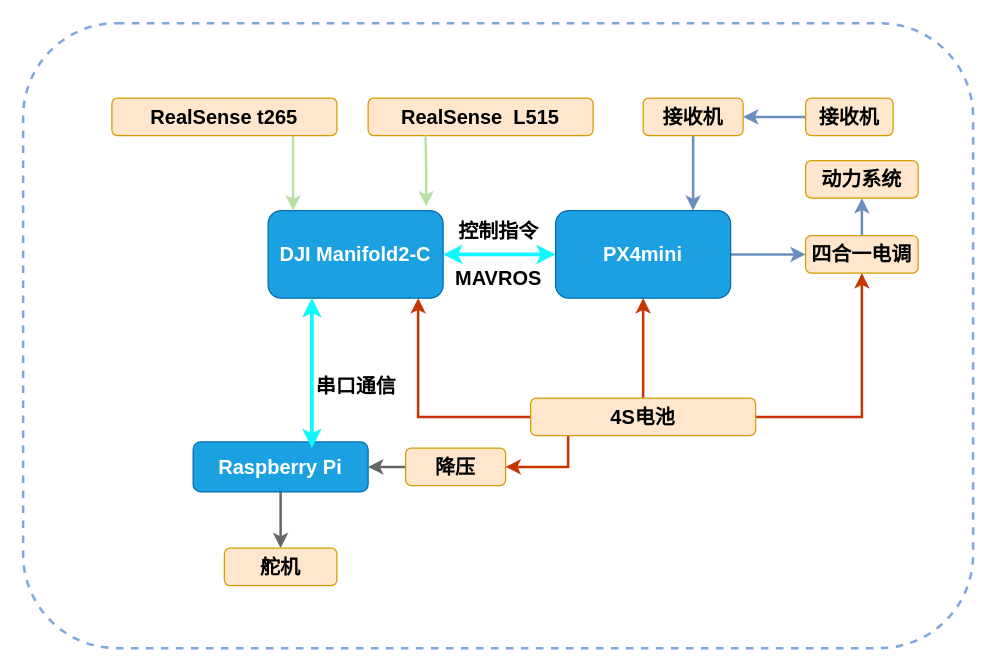
The draw.io diagram Untitled Diagram.drawio in Dem-phi/Everlasting-HA.github.io, before the edit. Source tidied: cells renumbered, new cells numbered last; positions are measured from the earlier drawing's top-left corner, leaving out a move shared by most shapes. Both pictures are drawn from the tidied source at 125%, with x=0, y=0 at pixel (22, 22).
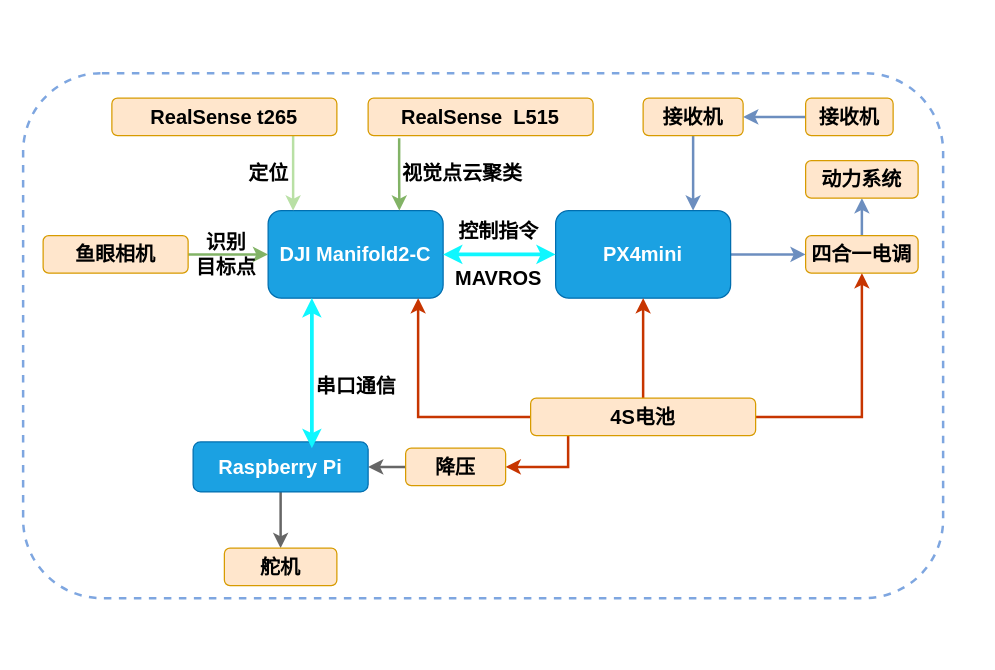
The same diagram, later.

Unchanged cells that the change refers to:
```xml
<mxCell id="3" value="DJI Manifold2-C" style="rounded=1;whiteSpace=wrap;html=1;fillColor=#1ba1e2;strokeColor=#006EAF;horizontal=1;fontSize=16;fontColor=#ffffff;fontStyle=1;" parent="1" vertex="1">
  <mxGeometry x="196" y="150" width="140" height="70" as="geometry" />
</mxCell>
<mxCell id="22" value="&lt;font color=&quot;#000000&quot;&gt;RealSense&amp;nbsp; L515&lt;/font&gt;" style="rounded=1;whiteSpace=wrap;html=1;fontSize=16;fillColor=#ffe6cc;strokeColor=#d79b00;fontStyle=1;" parent="1" vertex="1">
  <mxGeometry x="276" y="60" width="180" height="30" as="geometry" />
</mxCell>
```

What changed in the source:
```diff
@@
     <mxCell id="2" style="rounded=1;whiteSpace=wrap;html=1;fontSize=16;fontColor=#FFFFFF;fillColor=none;gradientColor=#ffffff;dashed=1;strokeWidth=2;strokeColor=#7EA6E0;" parent="1" vertex="1">
-      <mxGeometry width="760" height="500" as="geometry" />
+      <mxGeometry y="40" width="736" height="420" as="geometry" />
     </mxCell>
@@
+    <mxCell id="31" style="edgeStyle=orthogonalEdgeStyle;rounded=0;jettySize=auto;html=1;strokeWidth=2;entryX=0.75;entryY=0;entryDx=0;entryDy=0;exitX=0.138;exitY=1.073;exitDx=0;exitDy=0;exitPerimeter=0;fillColor=#d5e8d4;strokeColor=#82b366;" parent="1" edge="1" source="22" target="3">
+      <mxGeometry relative="1" as="geometry" />
+    </mxCell>
@@
-    <mxCell id="30" style="edgeStyle=orthogonalEdgeStyle;rounded=0;jettySize=auto;html=1;fontSize=16;fontColor=#FFFFFF;strokeColor=#B9E0A5;strokeWidth=2;entryX=0.903;entryY=-0.049;entryDx=0;entryDy=0;entryPerimeter=0;" parent="1" edge="1" target="3">
-      <mxGeometry relative="1" as="geometry">
-        <mxPoint x="322" y="90" as="sourcePoint" />
-      </mxGeometry>
-    </mxCell>
+    <mxCell id="32" style="edgeStyle=orthogonalEdgeStyle;rounded=0;jettySize=auto;html=1;strokeWidth=2;fillColor=#d5e8d4;strokeColor=#82b366;" parent="1" edge="1" source="33" target="3">
+      <mxGeometry relative="1" as="geometry" />
+    </mxCell>
+    <mxCell id="33" value="鱼眼相机" style="rounded=1;whiteSpace=wrap;html=1;fontSize=16;fillColor=#ffe6cc;strokeColor=#d79b00;fontStyle=1;" parent="1" vertex="1">
+      <mxGeometry x="16" y="170" width="116" height="30" as="geometry" />
+    </mxCell>
+    <mxCell id="34" value="&lt;b style=&quot;font-size: 16px;&quot;&gt;定位&lt;/b&gt;" style="text;html=1;align=center;verticalAlign=middle;fillColor=none;strokeColor=none;rounded=0;fontSize=16;" parent="1" vertex="1">
+      <mxGeometry x="171" y="110" width="50" height="20" as="geometry" />
+    </mxCell>
+    <mxCell id="35" value="&lt;b style=&quot;font-size: 16px&quot;&gt;视觉点云聚类&lt;/b&gt;" style="text;html=1;align=center;verticalAlign=middle;fillColor=none;strokeColor=none;rounded=0;fontSize=16;" parent="1" vertex="1">
+      <mxGeometry x="296" y="110" width="110" height="20" as="geometry" />
+    </mxCell>
+    <mxCell id="36" value="&lt;b style=&quot;font-size: 16px&quot;&gt;识别&lt;br&gt;目标点&lt;/b&gt;" style="text;html=1;align=center;verticalAlign=middle;fillColor=none;strokeColor=none;rounded=0;fontSize=16;" parent="1" vertex="1">
+      <mxGeometry x="132" y="165" width="60" height="40" as="geometry" />
+    </mxCell>
```
